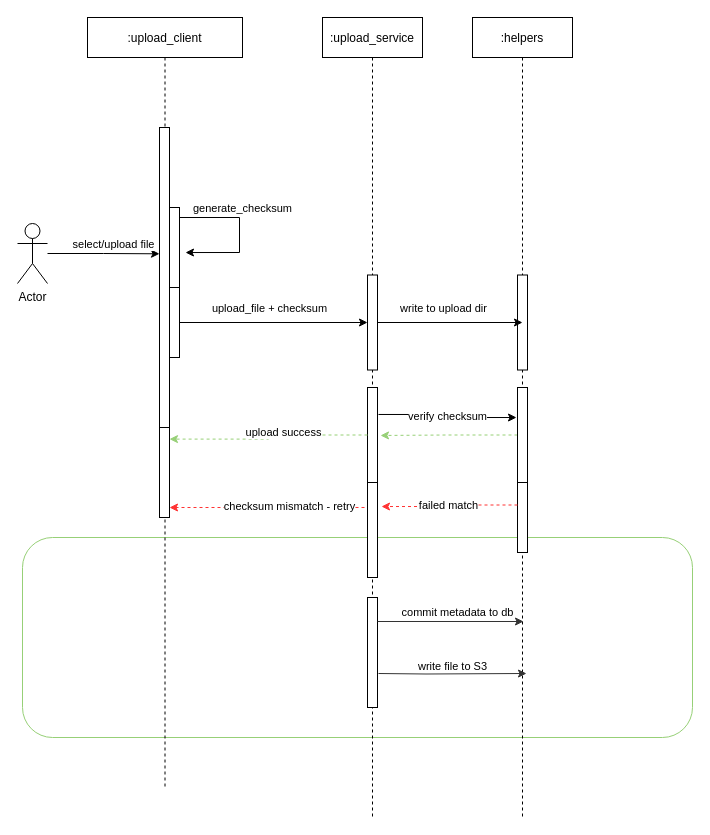
Before: architecture/upload_flow.drawio in pankaj-giri/upload_download_service, a draw.io diagram. Source tidied: cells renumbered, new cells numbered last; positions are measured from the earlier drawing's top-left corner, leaving out a move shared by most shapes. Both pictures are drawn from the tidied source at 100%, with x=0, y=0 at pixel (17, 17).
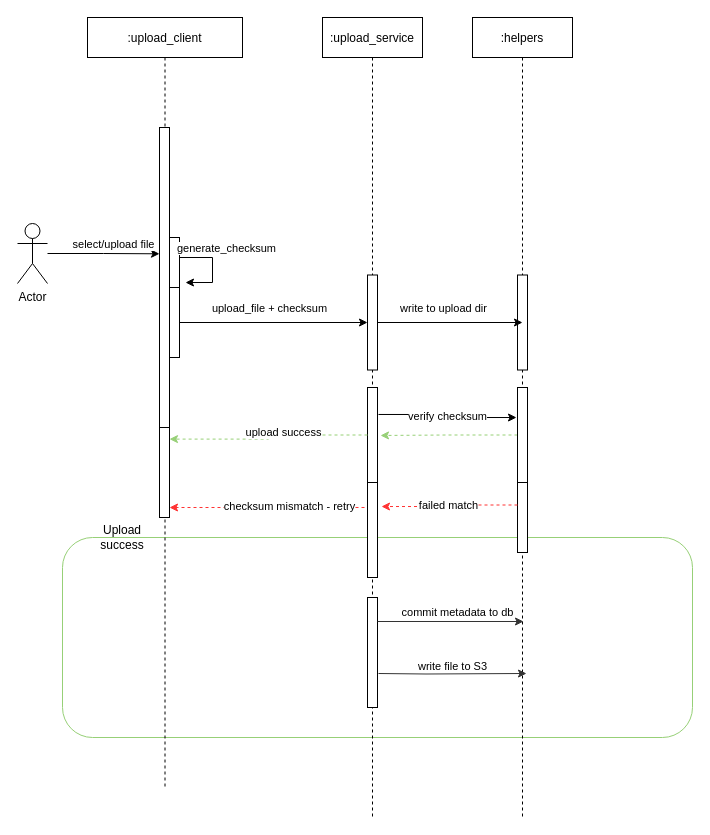
The same diagram, later.

The change refers to these unchanged cells:
```xml
<mxCell id="3" value=":upload_client" style="shape=umlLifeline;perimeter=lifelinePerimeter;rounded=0;shadow=0;strokeWidth=1;" parent="1" vertex="1">
  <mxGeometry x="70" width="155" height="770" as="geometry" />
</mxCell>
```

What changed in the source:
```diff
@@
     <mxCell id="2" style="rounded=1;whiteSpace=wrap;html=1;strokeColor=#97D077;" parent="1" vertex="1">
-      <mxGeometry x="5" y="520" width="670" height="200" as="geometry" />
+      <mxGeometry x="45" y="520" width="630" height="200" as="geometry" />
     </mxCell>
@@
     <mxCell id="5" style="points=[];perimeter=orthogonalPerimeter;rounded=0;shadow=0;strokeWidth=1;" parent="3" vertex="1">
-      <mxGeometry x="82" y="190" width="10" height="80" as="geometry" />
+      <mxGeometry x="82" y="220" width="10" height="80" as="geometry" />
     </mxCell>
     <mxCell id="6" style="edgeStyle=orthogonalEdgeStyle;rounded=0;orthogonalLoop=1;jettySize=auto;html=1;entryX=1.6;entryY=0.563;entryDx=0;entryDy=0;entryPerimeter=0;" parent="3" edge="1" source="5" target="5">
       <mxGeometry relative="1" as="geometry">
         <Array as="points">
-          <mxPoint x="152" y="200" />
+          <mxPoint x="125" y="240" />
+          <mxPoint x="125" y="265" />
         </Array>
       </mxGeometry>
     </mxCell>
@@
+    <mxCell id="37" value="Upload success" style="text;html=1;strokeColor=none;fillColor=none;align=center;verticalAlign=middle;whiteSpace=wrap;rounded=0;" parent="1" vertex="1">
+      <mxGeometry x="85" y="510" width="40" height="20" as="geometry" />
+    </mxCell>
```
